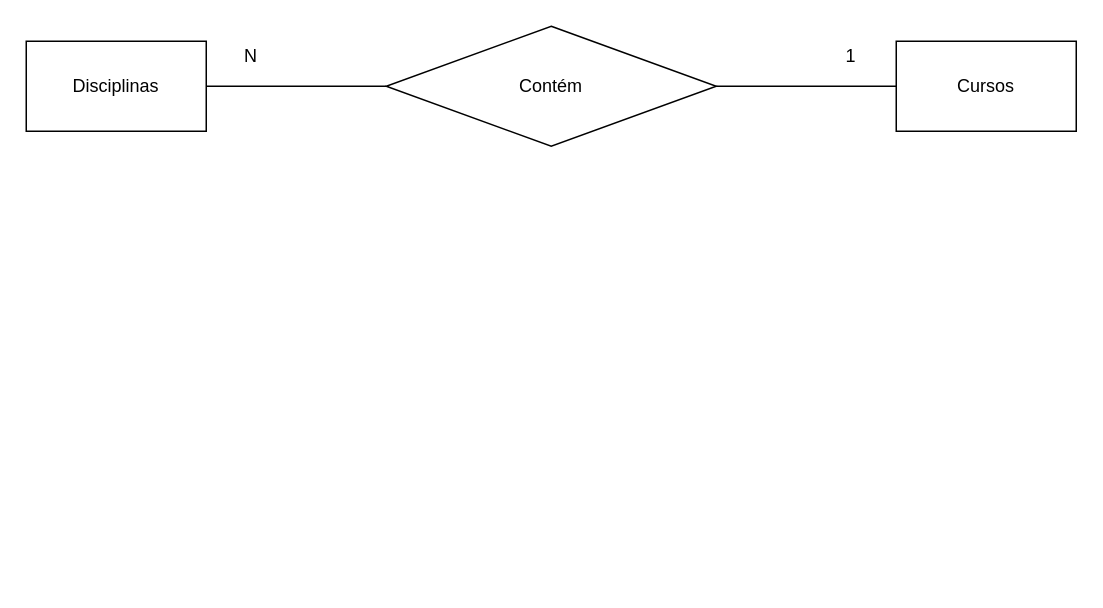
corujasdevbr/senai-desenvolvimento-2s2019 keeps this draw.io diagram as page "conceitual" (1 of 2) of sprint-1-bd/arquivos/conceitual-logico.drawio. Above is the earlier version. Source tidied: cells renumbered, new cells numbered last; positions are measured from the earlier drawing's top-left corner, leaving out a move shared by most shapes. Both pictures are drawn from the tidied source at 150%, with x=0, y=0 at pixel (26, 26).
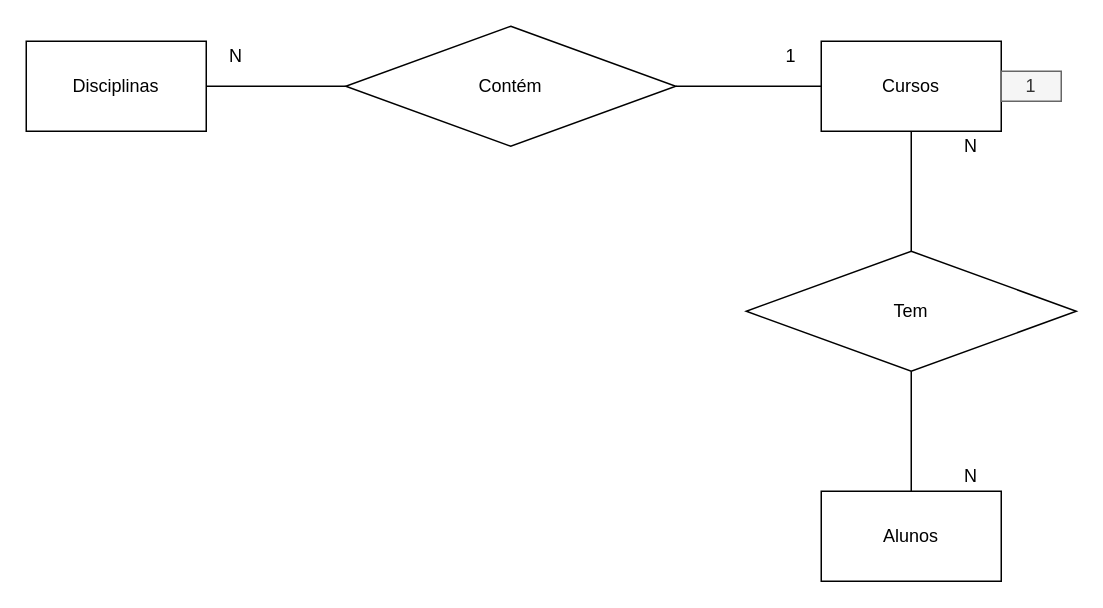
Above is the later version.

What changed in the source:
```diff
@@
 <mxGraphModel>
   <root>
     <mxCell id="0" />
     <mxCell id="1" parent="0" />
     <mxCell id="2" style="edgeStyle=orthogonalEdgeStyle;rounded=0;jettySize=auto;html=1;entryX=0;entryY=0.5;entryDx=0;entryDy=0;endArrow=none;endFill=0;" parent="1" edge="1" source="3" target="6">
       <mxGeometry relative="1" as="geometry" />
     </mxCell>
     <mxCell id="3" value="Contém" style="rhombus;whiteSpace=wrap;html=1;" parent="1" vertex="1">
-      <mxGeometry x="240" width="220" height="80" as="geometry" />
+      <mxGeometry x="213" width="220" height="80" as="geometry" />
     </mxCell>
     <mxCell id="4" style="edgeStyle=orthogonalEdgeStyle;rounded=0;jettySize=auto;html=1;entryX=0;entryY=0.5;entryDx=0;entryDy=0;endArrow=none;endFill=0;" parent="1" edge="1" source="5" target="3">
       <mxGeometry relative="1" as="geometry" />
     </mxCell>
     <mxCell id="5" value="&lt;div&gt;Disciplinas&lt;/div&gt;" style="rounded=0;whiteSpace=wrap;html=1;" parent="1" vertex="1">
       <mxGeometry y="10" width="120" height="60" as="geometry" />
     </mxCell>
+    <mxCell id="9" style="edgeStyle=orthogonalEdgeStyle;rounded=0;jettySize=auto;html=1;entryX=0.5;entryY=0;entryDx=0;entryDy=0;endArrow=none;endFill=0;" parent="1" edge="1" source="6" target="12">
+      <mxGeometry relative="1" as="geometry" />
+    </mxCell>
     <mxCell id="6" value="Cursos" style="rounded=0;whiteSpace=wrap;html=1;" parent="1" vertex="1">
-      <mxGeometry x="580" y="10" width="120" height="60" as="geometry" />
+      <mxGeometry x="530" y="10" width="120" height="60" as="geometry" />
     </mxCell>
     <mxCell id="7" value="1" style="text;html=1;strokeColor=none;fillColor=none;align=center;verticalAlign=middle;whiteSpace=wrap;rounded=0;" parent="1" vertex="1">
-      <mxGeometry x="530" y="10" width="40" height="20" as="geometry" />
+      <mxGeometry x="490" y="10" width="40" height="20" as="geometry" />
     </mxCell>
     <mxCell id="8" value="N" style="text;html=1;strokeColor=none;fillColor=none;align=center;verticalAlign=middle;whiteSpace=wrap;rounded=0;" parent="1" vertex="1">
-      <mxGeometry x="130" y="10" width="40" height="20" as="geometry" />
+      <mxGeometry x="120" y="10" width="40" height="20" as="geometry" />
     </mxCell>
+    <mxCell id="10" style="edgeStyle=orthogonalEdgeStyle;rounded=0;jettySize=auto;html=1;entryX=0.5;entryY=1;entryDx=0;entryDy=0;endArrow=none;endFill=0;" parent="1" edge="1" source="11" target="12">
+      <mxGeometry relative="1" as="geometry" />
+    </mxCell>
+    <mxCell id="11" value="Alunos" style="rounded=0;whiteSpace=wrap;html=1;" parent="1" vertex="1">
+      <mxGeometry x="530" y="310" width="120" height="60" as="geometry" />
+    </mxCell>
+    <mxCell id="12" value="Tem" style="rhombus;whiteSpace=wrap;html=1;" parent="1" vertex="1">
+      <mxGeometry x="480" y="150" width="220" height="80" as="geometry" />
+    </mxCell>
+    <mxCell id="13" value="1" style="text;html=1;strokeColor=#666666;fillColor=#f5f5f5;align=center;verticalAlign=middle;whiteSpace=wrap;rounded=0;fontColor=#333333;" parent="1" vertex="1">
+      <mxGeometry x="650" y="30" width="40" height="20" as="geometry" />
+    </mxCell>
+    <mxCell id="14" value="N" style="text;html=1;strokeColor=none;fillColor=none;align=center;verticalAlign=middle;whiteSpace=wrap;rounded=0;" parent="1" vertex="1">
+      <mxGeometry x="610" y="290" width="40" height="20" as="geometry" />
+    </mxCell>
+    <mxCell id="15" value="N" style="text;html=1;strokeColor=none;fillColor=none;align=center;verticalAlign=middle;whiteSpace=wrap;rounded=0;" parent="1" vertex="1">
+      <mxGeometry x="610" y="70" width="40" height="20" as="geometry" />
+    </mxCell>
   </root>
 </mxGraphModel>
```
